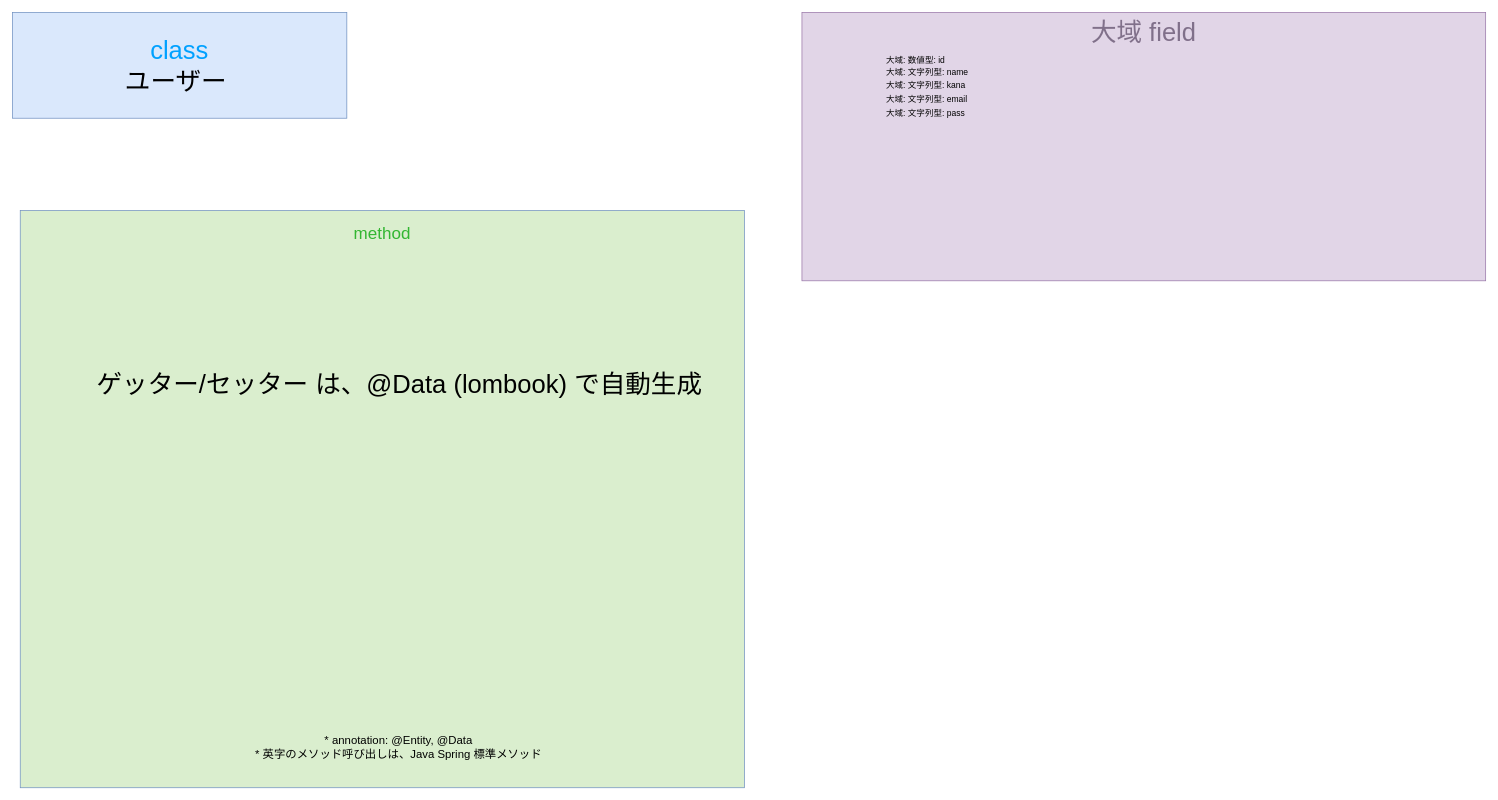
This is gijigengo/model/entitiy/meeting_reservation_sys model_entity_user User クラス 疑似言語.drawio from tro319/meeting_reservation_system, a draw.io file, before an edit. Source tidied: cells renumbered, new cells numbered last; positions are measured from the earlier drawing's top-left corner, leaving out a move shared by most shapes. Both pictures are drawn from the tidied source at 71%, with x=0, y=0 at pixel (12, 12).
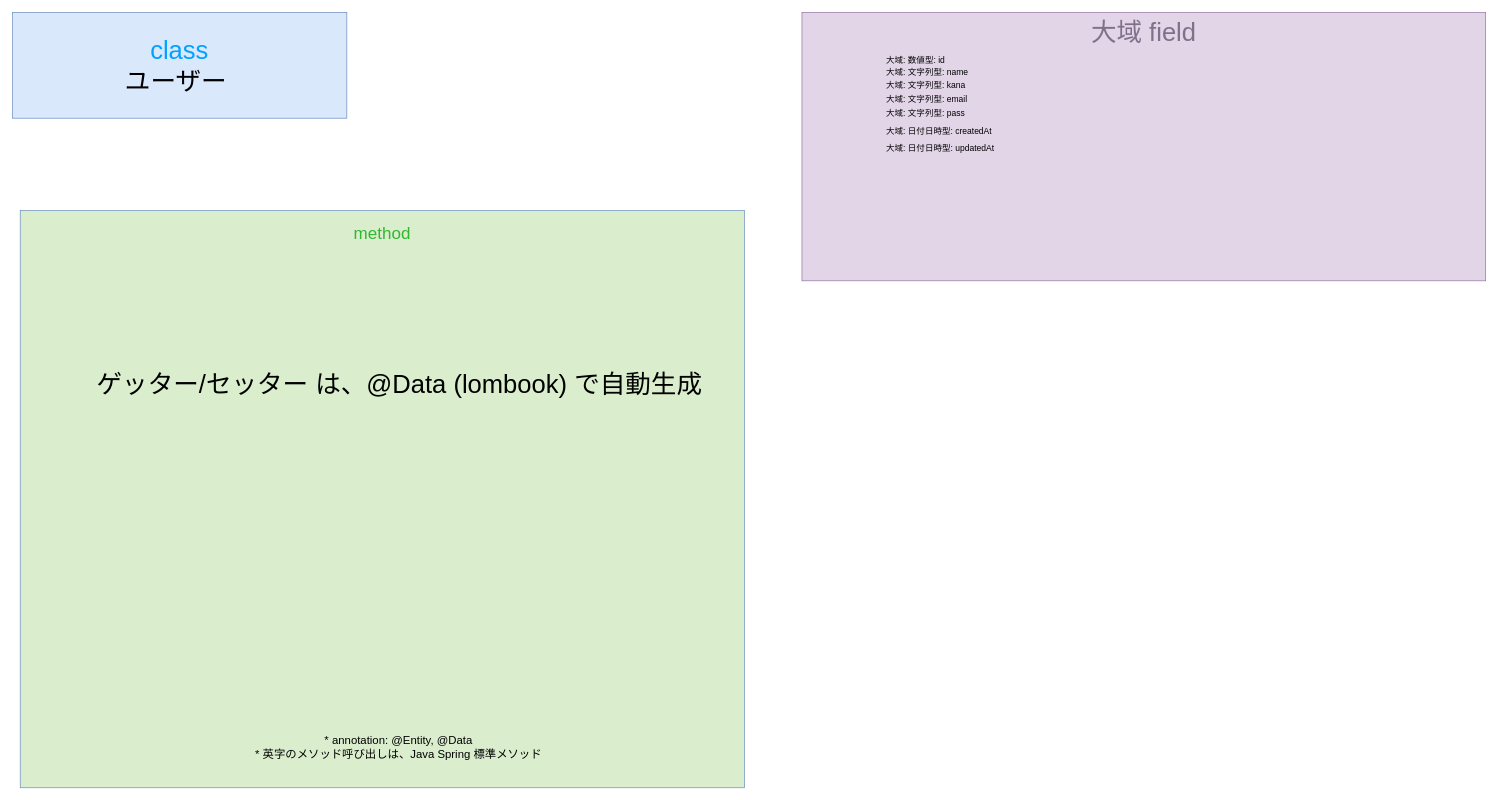
The same page after the edit.

The edit, as a diff of the source:
```diff
@@
 <mxGraphModel>
   <root>
     <mxCell id="0" />
     <mxCell id="1" parent="0" />
     <mxCell id="2" value="&lt;div&gt;&lt;span style=&quot;color: rgb(0, 161, 255);&quot;&gt;class&lt;/span&gt;&lt;/div&gt;&lt;div&gt;ユーザー&amp;nbsp;&lt;/div&gt;" style="text;html=1;whiteSpace=wrap;strokeColor=#6c8ebf;fillColor=#dae8fc;align=center;verticalAlign=middle;rounded=0;fontSize=36;" parent="1" vertex="1">
       <mxGeometry width="471" height="149" as="geometry" />
     </mxCell>
     <mxCell id="3" value="&lt;div&gt;&lt;font style=&quot;font-size: 24px;&quot;&gt;&lt;span style=&quot;color: rgb(50, 182, 49);&quot;&gt;&lt;span style=&quot;&quot;&gt;&lt;span style=&quot;&quot;&gt;&lt;span&gt;method&lt;/span&gt;&lt;/span&gt;&lt;/span&gt;&lt;/span&gt;&lt;/font&gt;&lt;/div&gt;&lt;div&gt;&lt;font style=&quot;font-size: 24px;&quot;&gt;&lt;span style=&quot;color: rgba(0, 0, 0, 0);&quot;&gt;&lt;span style=&quot;color: rgba(0, 0, 0, 0);&quot;&gt;&lt;span style=&quot;&quot;&gt;&lt;span style=&quot;&quot;&gt;&lt;br&gt;&lt;/span&gt;&lt;/span&gt;&lt;/span&gt;&lt;/span&gt;&lt;/font&gt;&lt;/div&gt;" style="text;html=1;whiteSpace=wrap;strokeColor=#6c8ebf;fillColor=light-dark(#daeece, #214210);align=center;verticalAlign=top;rounded=0;fontSize=36;fontColor=#00A1FF;" parent="1" vertex="1">
       <mxGeometry x="11" y="279" width="1020" height="813" as="geometry" />
     </mxCell>
     <mxCell id="4" value="ゲッター/セッター は、@Data (lombook) で自動生成" style="text;html=1;whiteSpace=wrap;strokeColor=none;fillColor=none;align=left;verticalAlign=middle;rounded=0;fontSize=36;" parent="1" vertex="1">
       <mxGeometry x="116.8" y="508" width="854.5" height="30" as="geometry" />
     </mxCell>
     <mxCell id="5" value="&lt;div&gt;&lt;br&gt;&lt;/div&gt;&lt;div&gt;&lt;span&gt;&lt;span&gt;&lt;span style=&quot;color: rgb(0, 0, 0);&quot;&gt;&lt;font style=&quot;font-size: 16px;&quot;&gt;* annotation: @Entity,&amp;nbsp;&lt;/font&gt;&lt;/span&gt;&lt;span style=&quot;color: rgb(0, 0, 0);&quot;&gt;&lt;font style=&quot;font-size: 16px;&quot;&gt;@Data&lt;/font&gt;&lt;/span&gt;&lt;/span&gt;&lt;/span&gt;&lt;/div&gt;&lt;div&gt;&lt;span&gt;&lt;span&gt;&lt;span style=&quot;color: rgb(0, 0, 0);&quot;&gt;&lt;font style=&quot;font-size: 16px;&quot;&gt;* 英字のメソッド呼び出しは、Java Spring 標準メソッド&lt;/font&gt;&lt;/span&gt;&lt;/span&gt;&lt;/span&gt;&lt;/div&gt;" style="text;html=1;whiteSpace=wrap;strokeColor=none;fillColor=none;align=center;verticalAlign=middle;rounded=0;" parent="1" vertex="1">
       <mxGeometry x="249" y="1012" width="590" height="30" as="geometry" />
     </mxCell>
     <mxCell id="6" value="&lt;font&gt;大域 field&lt;/font&gt;" style="rounded=0;whiteSpace=wrap;html=1;fillColor=#e1d5e7;strokeColor=#9673a6;verticalAlign=top;fontSize=36;fontColor=#80708A;" parent="1" vertex="1">
       <mxGeometry x="1112" width="963" height="378" as="geometry" />
     </mxCell>
     <mxCell id="7" value="大域: 文字列型: name" style="text;html=1;whiteSpace=wrap;strokeColor=none;fillColor=none;align=left;verticalAlign=middle;rounded=0;fontSize=12;" parent="1" vertex="1">
       <mxGeometry x="1229" y="70" width="590" height="30" as="geometry" />
     </mxCell>
     <mxCell id="8" value="大域: 文字列型: kana" style="text;html=1;whiteSpace=wrap;strokeColor=none;fillColor=none;align=left;verticalAlign=middle;rounded=0;fontSize=12;" parent="1" vertex="1">
       <mxGeometry x="1229" y="88" width="590" height="30" as="geometry" />
     </mxCell>
     <mxCell id="9" value="大域: 文字列型: email" style="text;html=1;whiteSpace=wrap;strokeColor=none;fillColor=none;align=left;verticalAlign=middle;rounded=0;fontSize=12;" parent="1" vertex="1">
       <mxGeometry x="1229" y="108" width="590" height="30" as="geometry" />
     </mxCell>
     <mxCell id="10" value="大域: 文字列型: pass" style="text;html=1;whiteSpace=wrap;strokeColor=none;fillColor=none;align=left;verticalAlign=middle;rounded=0;fontSize=12;" parent="1" vertex="1">
       <mxGeometry x="1229" y="128" width="590" height="30" as="geometry" />
     </mxCell>
     <mxCell id="11" value="大域: 数値型: id" style="text;html=1;whiteSpace=wrap;strokeColor=none;fillColor=none;align=left;verticalAlign=middle;rounded=0;fontSize=12;" parent="1" vertex="1">
       <mxGeometry x="1229" y="53" width="590" height="30" as="geometry" />
     </mxCell>
+    <mxCell id="12" value="大域: 日付日時型: createdAt" style="text;html=1;whiteSpace=wrap;strokeColor=none;fillColor=none;align=left;verticalAlign=middle;rounded=0;fontSize=12;" parent="1" vertex="1">
+      <mxGeometry x="1229" y="153" width="590" height="30" as="geometry" />
+    </mxCell>
+    <mxCell id="13" value="大域: 日付日時型: updatedAt" style="text;html=1;whiteSpace=wrap;strokeColor=none;fillColor=none;align=left;verticalAlign=middle;rounded=0;fontSize=12;" parent="1" vertex="1">
+      <mxGeometry x="1229" y="177" width="590" height="30" as="geometry" />
+    </mxCell>
   </root>
 </mxGraphModel>
```
